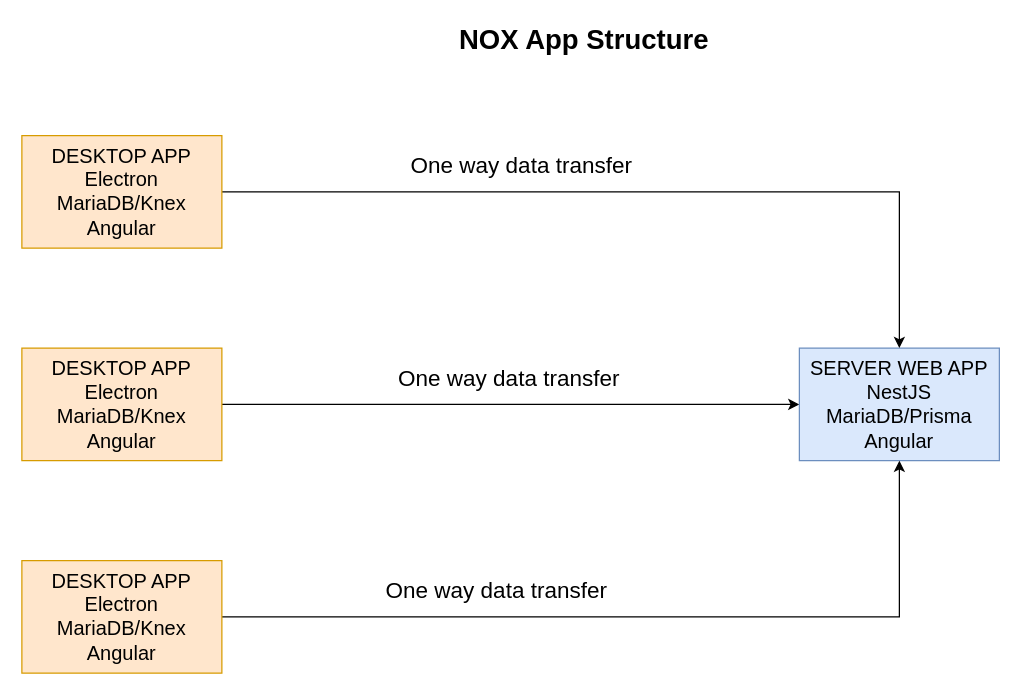
Above: page "Nox" (4 of 11) of mrvtool.drawio in dagistan-tuncbilek/tasarimlar (draw.io), before the change. Source tidied: cells renumbered, new cells numbered last; positions are measured from the earlier drawing's top-left corner, leaving out a move shared by most shapes. Both pictures are drawn from the tidied source at 125%, with x=0, y=0 at pixel (21, 21).
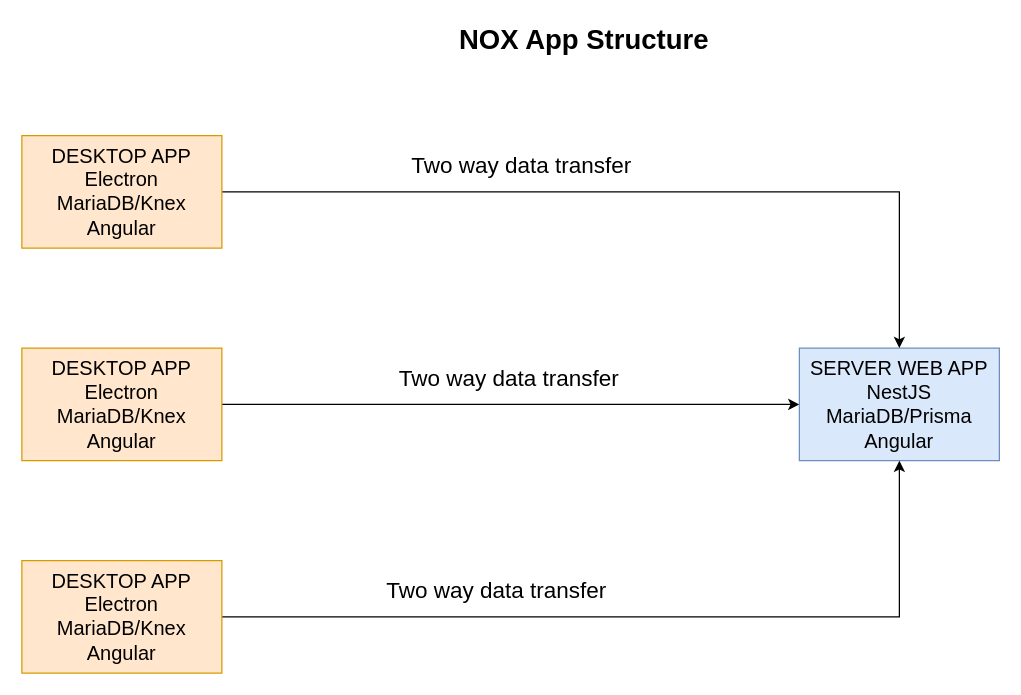
The same diagram, later.

What changed in the source:
```diff
@@
 <mxGraphModel>
   <root>
     <mxCell id="0" />
     <mxCell id="1" parent="0" />
     <mxCell id="2" style="edgeStyle=orthogonalEdgeStyle;rounded=0;jettySize=auto;html=1;entryX=0;entryY=0.5;entryDx=0;entryDy=0;" parent="1" edge="1" source="3" target="4">
       <mxGeometry relative="1" as="geometry" />
     </mxCell>
     <mxCell id="3" value="&lt;div&gt;DESKTOP APP&lt;/div&gt;&lt;div&gt;Electron&lt;/div&gt;&lt;div&gt;MariaDB/Knex&lt;/div&gt;&lt;div&gt;Angular&lt;/div&gt;" style="rounded=0;whiteSpace=wrap;html=1;fontSize=16;align=center;fillColor=#ffe6cc;strokeColor=#d79b00;verticalAlign=top;" parent="1" vertex="1">
       <mxGeometry y="261" width="160" height="90" as="geometry" />
     </mxCell>
     <mxCell id="4" value="&lt;div&gt;SERVER WEB APP&lt;/div&gt;&lt;div&gt;NestJS&lt;/div&gt;&lt;div&gt;MariaDB/Prisma&lt;/div&gt;&lt;div&gt;Angular&lt;br&gt;&lt;/div&gt;" style="rounded=0;whiteSpace=wrap;html=1;fontSize=16;align=center;fillColor=#dae8fc;strokeColor=#6c8ebf;verticalAlign=top;" parent="1" vertex="1">
       <mxGeometry x="622" y="261" width="160" height="90" as="geometry" />
     </mxCell>
-    <mxCell id="5" value="One way data transfer" style="text;html=1;align=center;verticalAlign=middle;whiteSpace=wrap;rounded=0;fontSize=18;" parent="1" vertex="1">
+    <mxCell id="5" value="Two way data transfer" style="text;html=1;align=center;verticalAlign=middle;whiteSpace=wrap;rounded=0;fontSize=18;" parent="1" vertex="1">
       <mxGeometry x="300" y="271" width="180" height="30" as="geometry" />
     </mxCell>
     <mxCell id="6" value="NOX App Structure" style="text;html=1;align=center;verticalAlign=middle;whiteSpace=wrap;rounded=0;fontStyle=1;fontSize=22;" parent="1" vertex="1">
       <mxGeometry x="330" width="240" height="30" as="geometry" />
     </mxCell>
     <mxCell id="7" style="edgeStyle=orthogonalEdgeStyle;rounded=0;jettySize=auto;html=1;entryX=0.5;entryY=1;entryDx=0;entryDy=0;" parent="1" edge="1" source="8" target="4">
       <mxGeometry relative="1" as="geometry" />
     </mxCell>
     <mxCell id="8" value="&lt;div&gt;DESKTOP APP&lt;/div&gt;&lt;div&gt;Electron&lt;/div&gt;&lt;div&gt;MariaDB/Knex&lt;/div&gt;&lt;div&gt;Angular&lt;/div&gt;" style="rounded=0;whiteSpace=wrap;html=1;fontSize=16;align=center;fillColor=#ffe6cc;strokeColor=#d79b00;verticalAlign=top;" parent="1" vertex="1">
       <mxGeometry y="431" width="160" height="90" as="geometry" />
     </mxCell>
     <mxCell id="9" style="edgeStyle=orthogonalEdgeStyle;rounded=0;jettySize=auto;html=1;entryX=0.5;entryY=0;entryDx=0;entryDy=0;" parent="1" edge="1" source="10" target="4">
       <mxGeometry relative="1" as="geometry" />
     </mxCell>
     <mxCell id="10" value="&lt;div&gt;DESKTOP APP&lt;/div&gt;&lt;div&gt;Electron&lt;/div&gt;&lt;div&gt;MariaDB/Knex&lt;/div&gt;&lt;div&gt;Angular&lt;/div&gt;" style="rounded=0;whiteSpace=wrap;html=1;fontSize=16;align=center;fillColor=#ffe6cc;strokeColor=#d79b00;verticalAlign=top;" parent="1" vertex="1">
       <mxGeometry y="91" width="160" height="90" as="geometry" />
     </mxCell>
-    <mxCell id="11" value="One way data transfer" style="text;html=1;align=center;verticalAlign=middle;whiteSpace=wrap;rounded=0;fontSize=18;" parent="1" vertex="1">
+    <mxCell id="11" value="Two way data transfer" style="text;html=1;align=center;verticalAlign=middle;whiteSpace=wrap;rounded=0;fontSize=18;" parent="1" vertex="1">
       <mxGeometry x="310" y="100" width="180" height="30" as="geometry" />
     </mxCell>
-    <mxCell id="12" value="One way data transfer" style="text;html=1;align=center;verticalAlign=middle;whiteSpace=wrap;rounded=0;fontSize=18;" parent="1" vertex="1">
+    <mxCell id="12" value="Two way data transfer" style="text;html=1;align=center;verticalAlign=middle;whiteSpace=wrap;rounded=0;fontSize=18;" parent="1" vertex="1">
       <mxGeometry x="290" y="440" width="180" height="30" as="geometry" />
     </mxCell>
   </root>
 </mxGraphModel>
```
